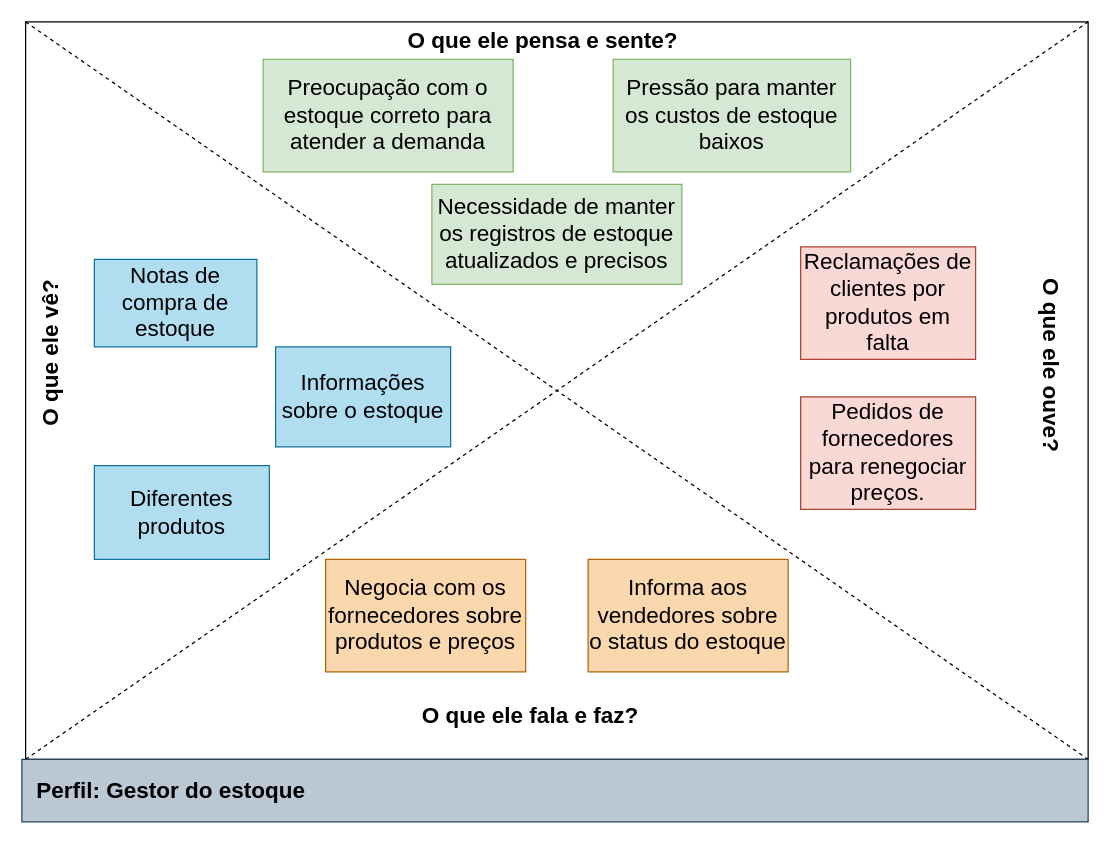
This is page "Gestor do estoque" (1 of 4) of projeto/documentacao/Mapa de empatia.drawio from adjamirgalvao/pucminas, a draw.io file, before an edit. Source tidied: cells renumbered, new cells numbered last; positions are measured from the earlier drawing's top-left corner, leaving out a move shared by most shapes. Both pictures are drawn from the tidied source at 125%, with x=0, y=0 at pixel (-50, 21).
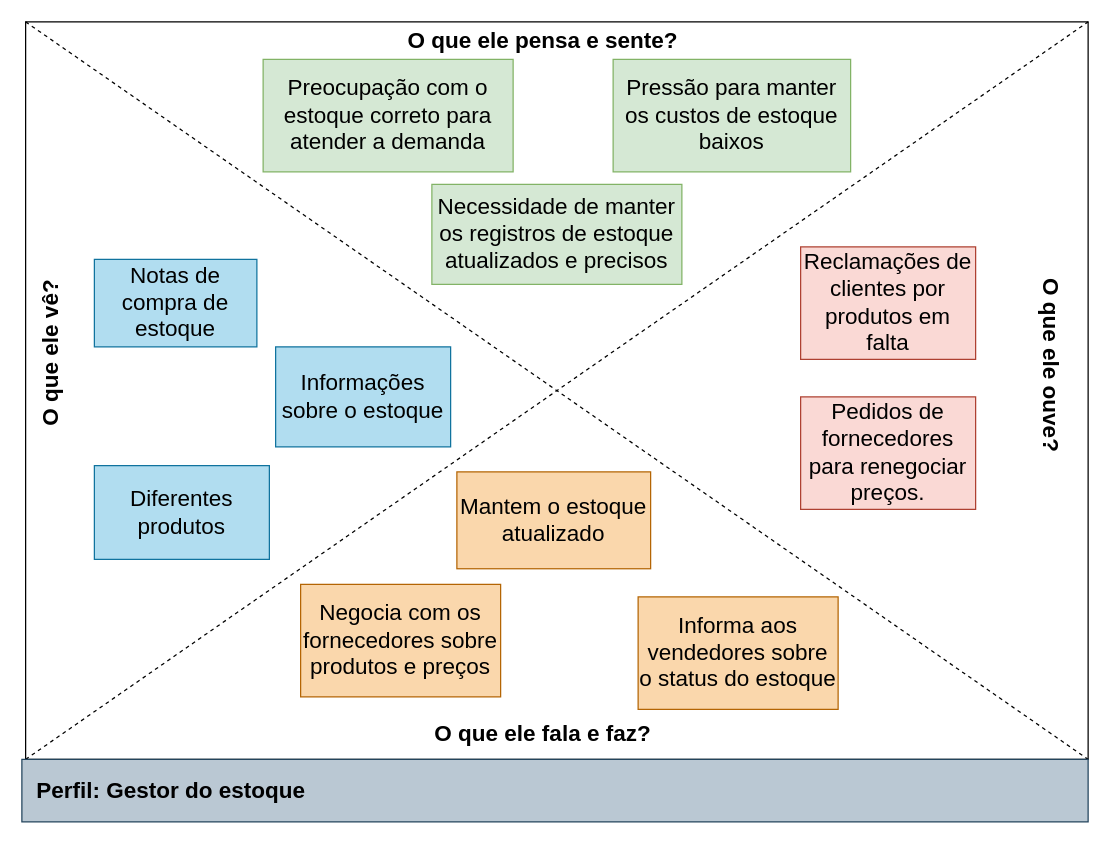
After the change.

Diff of the diagram source:
```diff
@@
     <mxCell id="8" value="&lt;font style=&quot;font-size: 18px;&quot;&gt;&lt;b&gt;O que ele fala e faz?&lt;/b&gt;&lt;/font&gt;" style="text;html=1;strokeColor=none;fillColor=none;align=center;verticalAlign=middle;whiteSpace=wrap;rounded=0;" parent="1" vertex="1">
-      <mxGeometry x="354" y="540" width="220" height="30" as="geometry" />
+      <mxGeometry x="364" y="554.5" width="220" height="30" as="geometry" />
     </mxCell>
@@
     <mxCell id="12" value="Negocia com os fornecedores sobre produtos e preços" style="rounded=0;whiteSpace=wrap;html=1;fontSize=18;fillColor=#fad7ac;strokeColor=#b46504;" parent="1" vertex="1">
-      <mxGeometry x="300" y="430" width="160" height="90" as="geometry" />
+      <mxGeometry x="280" y="450" width="160" height="90" as="geometry" />
     </mxCell>
@@
     <mxCell id="16" value="Informa aos vendedores sobre o status do estoque" style="rounded=0;whiteSpace=wrap;html=1;fontSize=18;fillColor=#fad7ac;strokeColor=#b46504;" parent="1" vertex="1">
-      <mxGeometry x="510" y="430" width="160" height="90" as="geometry" />
+      <mxGeometry x="550" y="460" width="160" height="90" as="geometry" />
     </mxCell>
@@
+    <mxCell id="20" value="Mantem o estoque atualizado" style="rounded=0;whiteSpace=wrap;html=1;fontSize=18;fillColor=#fad7ac;strokeColor=#b46504;" parent="1" vertex="1">
+      <mxGeometry x="405" y="360" width="155" height="77.5" as="geometry" />
+    </mxCell>
```
